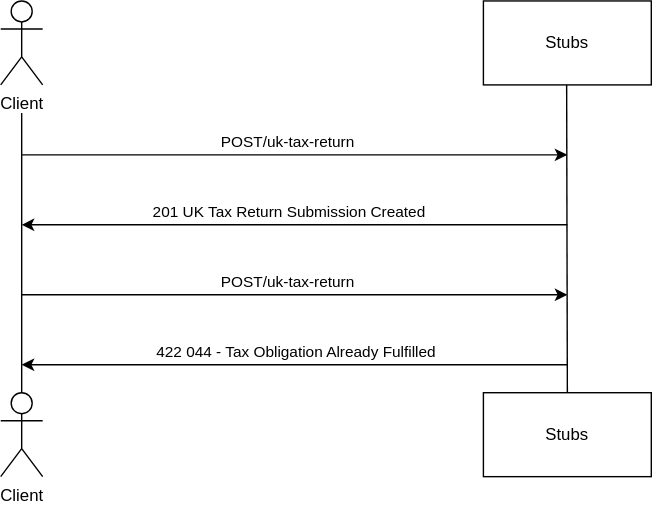
The draw.io diagram source/documentation/figures/duplicate-submissions-sequence.svg in hmrc/pillar2-service-guide, before a commit. Source tidied: cells renumbered, new cells last; positions are measured from the earlier drawing's top-left corner, leaving out a move shared by most shapes. The source it was exported from:
```xml
<mxGraphModel>
  <root>
    <mxCell id="0" />
    <mxCell id="1" parent="0" />
    <mxCell id="2" value="Client" style="shape=umlActor;verticalLabelPosition=bottom;verticalAlign=top;html=1;" parent="1" vertex="1">
      <mxGeometry width="30" height="60" as="geometry" />
    </mxCell>
    <mxCell id="3" value="Client" style="shape=umlActor;verticalLabelPosition=bottom;verticalAlign=top;html=1;" parent="1" vertex="1">
      <mxGeometry y="280" width="30" height="60" as="geometry" />
    </mxCell>
    <mxCell id="4" style="endArrow=none;html=1;rounded=0;" parent="1" edge="1">
      <mxGeometry relative="1" as="geometry">
        <mxPoint x="15" y="280" as="sourcePoint" />
        <mxPoint x="15" y="80" as="targetPoint" />
      </mxGeometry>
    </mxCell>
    <mxCell id="5" value="Stubs" style="rounded=0;whiteSpace=wrap;html=1;" parent="1" vertex="1">
      <mxGeometry x="345" width="120" height="60" as="geometry" />
    </mxCell>
    <mxCell id="6" value="Stubs" style="rounded=0;whiteSpace=wrap;html=1;" parent="1" vertex="1">
      <mxGeometry x="345" y="280" width="120" height="60" as="geometry" />
    </mxCell>
    <mxCell id="7" style="endArrow=none;html=1;rounded=0;exitX=0.5;exitY=0;exitDx=0;exitDy=0;" parent="1" edge="1" source="6">
      <mxGeometry relative="1" as="geometry">
        <mxPoint x="404.5" y="60" as="targetPoint" />
      </mxGeometry>
    </mxCell>
    <mxCell id="8" style="endArrow=classic;html=1;rounded=0;" parent="1" edge="1">
      <mxGeometry relative="1" as="geometry">
        <mxPoint x="15" y="110" as="sourcePoint" />
        <mxPoint x="405" y="110" as="targetPoint" />
      </mxGeometry>
    </mxCell>
    <mxCell id="9" value="POST/uk-tax-return" style="edgeLabel;html=1;align=center;verticalAlign=middle;" parent="8" vertex="1">
      <mxGeometry x="-0.19" relative="1" as="geometry">
        <mxPoint x="31" y="-10" as="offset" />
      </mxGeometry>
    </mxCell>
    <mxCell id="10" style="endArrow=classic;html=1;rounded=0;" parent="1" edge="1">
      <mxGeometry relative="1" as="geometry">
        <mxPoint x="405" y="160" as="sourcePoint" />
        <mxPoint x="15" y="160" as="targetPoint" />
      </mxGeometry>
    </mxCell>
    <mxCell id="11" value="201 UK Tax Return Submission Created" style="edgeLabel;html=1;align=center;verticalAlign=middle;" parent="10" vertex="1">
      <mxGeometry x="0.13" relative="1" as="geometry">
        <mxPoint x="20" y="-10" as="offset" />
      </mxGeometry>
    </mxCell>
    <mxCell id="12" style="endArrow=classic;html=1;rounded=0;" parent="1" edge="1">
      <mxGeometry relative="1" as="geometry">
        <mxPoint x="15" y="210" as="sourcePoint" />
        <mxPoint x="405" y="210" as="targetPoint" />
      </mxGeometry>
    </mxCell>
    <mxCell id="13" value="POST/uk-tax-return" style="edgeLabel;html=1;align=center;verticalAlign=middle;" parent="12" vertex="1">
      <mxGeometry x="-0.15" y="-2" relative="1" as="geometry">
        <mxPoint x="23" y="-12" as="offset" />
      </mxGeometry>
    </mxCell>
    <mxCell id="14" style="endArrow=classic;html=1;rounded=0;" parent="1" edge="1">
      <mxGeometry relative="1" as="geometry">
        <mxPoint x="405" y="260" as="sourcePoint" />
        <mxPoint x="15" y="260" as="targetPoint" />
      </mxGeometry>
    </mxCell>
    <mxCell id="15" value="422 044 - Tax Obligation Already Fulfilled" style="edgeLabel;html=1;align=center;verticalAlign=middle;" parent="14" vertex="1">
      <mxGeometry y="2" relative="1" as="geometry">
        <mxPoint y="-12" as="offset" />
      </mxGeometry>
    </mxCell>
  </root>
</mxGraphModel>
```
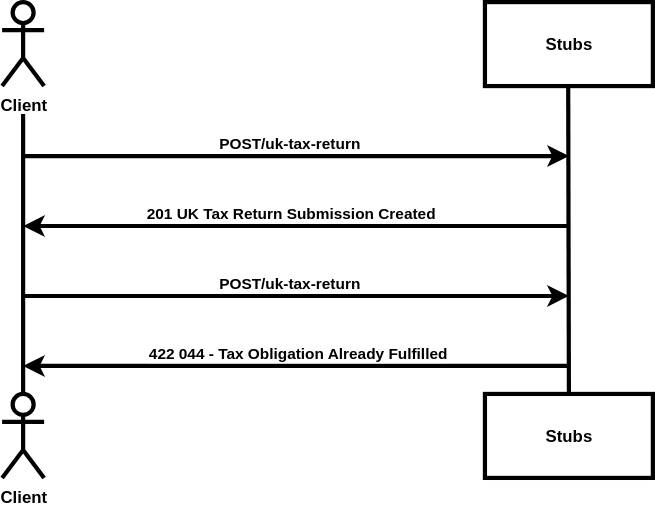
Later version of the same file.

Diff of the diagram source:
```diff
@@ -2,69 +2,69 @@
   <root>
     <mxCell id="0" />
     <mxCell id="1" parent="0" />
-    <mxCell id="2" value="Client" style="shape=umlActor;verticalLabelPosition=bottom;verticalAlign=top;html=1;" parent="1" vertex="1">
+    <mxCell id="2" value="Client" style="shape=umlActor;verticalLabelPosition=bottom;verticalAlign=top;html=1;strokeWidth=3;fontStyle=1;" parent="1" vertex="1">
       <mxGeometry width="30" height="60" as="geometry" />
     </mxCell>
-    <mxCell id="3" value="Client" style="shape=umlActor;verticalLabelPosition=bottom;verticalAlign=top;html=1;" parent="1" vertex="1">
+    <mxCell id="3" value="Client" style="shape=umlActor;verticalLabelPosition=bottom;verticalAlign=top;html=1;strokeWidth=3;fontStyle=1;" parent="1" vertex="1">
       <mxGeometry y="280" width="30" height="60" as="geometry" />
     </mxCell>
-    <mxCell id="4" style="endArrow=none;html=1;rounded=0;" parent="1" edge="1">
+    <mxCell id="4" style="endArrow=none;html=1;rounded=0;strokeWidth=3;fontStyle=1;" parent="1" edge="1">
       <mxGeometry relative="1" as="geometry">
         <mxPoint x="15" y="280" as="sourcePoint" />
         <mxPoint x="15" y="80" as="targetPoint" />
       </mxGeometry>
     </mxCell>
-    <mxCell id="5" value="Stubs" style="rounded=0;whiteSpace=wrap;html=1;" parent="1" vertex="1">
+    <mxCell id="5" value="Stubs" style="rounded=0;whiteSpace=wrap;html=1;strokeWidth=3;fontStyle=1;" parent="1" vertex="1">
       <mxGeometry x="345" width="120" height="60" as="geometry" />
     </mxCell>
-    <mxCell id="6" value="Stubs" style="rounded=0;whiteSpace=wrap;html=1;" parent="1" vertex="1">
+    <mxCell id="6" value="Stubs" style="rounded=0;whiteSpace=wrap;html=1;strokeWidth=3;fontStyle=1;" parent="1" vertex="1">
       <mxGeometry x="345" y="280" width="120" height="60" as="geometry" />
     </mxCell>
-    <mxCell id="7" style="endArrow=none;html=1;rounded=0;exitX=0.5;exitY=0;exitDx=0;exitDy=0;" parent="1" edge="1" source="6">
+    <mxCell id="7" style="endArrow=none;html=1;rounded=0;exitX=0.5;exitY=0;exitDx=0;exitDy=0;strokeWidth=3;fontStyle=1;" parent="1" edge="1" source="6">
       <mxGeometry relative="1" as="geometry">
         <mxPoint x="404.5" y="60" as="targetPoint" />
       </mxGeometry>
     </mxCell>
-    <mxCell id="8" style="endArrow=classic;html=1;rounded=0;" parent="1" edge="1">
+    <mxCell id="8" style="endArrow=classic;html=1;rounded=0;strokeWidth=3;fontStyle=1;" parent="1" edge="1">
       <mxGeometry relative="1" as="geometry">
         <mxPoint x="15" y="110" as="sourcePoint" />
         <mxPoint x="405" y="110" as="targetPoint" />
       </mxGeometry>
     </mxCell>
-    <mxCell id="9" value="POST/uk-tax-return" style="edgeLabel;html=1;align=center;verticalAlign=middle;" parent="8" vertex="1">
+    <mxCell id="9" value="POST/uk-tax-return" style="edgeLabel;html=1;align=center;verticalAlign=middle;fontStyle=1;" parent="8" vertex="1">
       <mxGeometry x="-0.19" relative="1" as="geometry">
         <mxPoint x="31" y="-10" as="offset" />
       </mxGeometry>
     </mxCell>
-    <mxCell id="10" style="endArrow=classic;html=1;rounded=0;" parent="1" edge="1">
+    <mxCell id="10" style="endArrow=classic;html=1;rounded=0;strokeWidth=3;fontStyle=1;" parent="1" edge="1">
       <mxGeometry relative="1" as="geometry">
         <mxPoint x="405" y="160" as="sourcePoint" />
         <mxPoint x="15" y="160" as="targetPoint" />
       </mxGeometry>
     </mxCell>
-    <mxCell id="11" value="201 UK Tax Return Submission Created" style="edgeLabel;html=1;align=center;verticalAlign=middle;" parent="10" vertex="1">
+    <mxCell id="11" value="201 UK Tax Return Submission Created" style="edgeLabel;html=1;align=center;verticalAlign=middle;fontStyle=1;" parent="10" vertex="1">
       <mxGeometry x="0.13" relative="1" as="geometry">
         <mxPoint x="20" y="-10" as="offset" />
       </mxGeometry>
     </mxCell>
-    <mxCell id="12" style="endArrow=classic;html=1;rounded=0;" parent="1" edge="1">
+    <mxCell id="12" style="endArrow=classic;html=1;rounded=0;strokeWidth=3;fontStyle=1;" parent="1" edge="1">
       <mxGeometry relative="1" as="geometry">
         <mxPoint x="15" y="210" as="sourcePoint" />
         <mxPoint x="405" y="210" as="targetPoint" />
       </mxGeometry>
     </mxCell>
-    <mxCell id="13" value="POST/uk-tax-return" style="edgeLabel;html=1;align=center;verticalAlign=middle;" parent="12" vertex="1">
+    <mxCell id="13" value="POST/uk-tax-return" style="edgeLabel;html=1;align=center;verticalAlign=middle;fontStyle=1;" parent="12" vertex="1">
       <mxGeometry x="-0.15" y="-2" relative="1" as="geometry">
         <mxPoint x="23" y="-12" as="offset" />
       </mxGeometry>
     </mxCell>
-    <mxCell id="14" style="endArrow=classic;html=1;rounded=0;" parent="1" edge="1">
+    <mxCell id="14" style="endArrow=classic;html=1;rounded=0;strokeWidth=3;fontStyle=1;" parent="1" edge="1">
       <mxGeometry relative="1" as="geometry">
         <mxPoint x="405" y="260" as="sourcePoint" />
         <mxPoint x="15" y="260" as="targetPoint" />
       </mxGeometry>
     </mxCell>
-    <mxCell id="15" value="422 044 - Tax Obligation Already Fulfilled" style="edgeLabel;html=1;align=center;verticalAlign=middle;" parent="14" vertex="1">
+    <mxCell id="15" value="422 044 - Tax Obligation Already Fulfilled" style="edgeLabel;html=1;align=center;verticalAlign=middle;fontStyle=1;" parent="14" vertex="1">
       <mxGeometry y="2" relative="1" as="geometry">
         <mxPoint y="-12" as="offset" />
       </mxGeometry>
```
